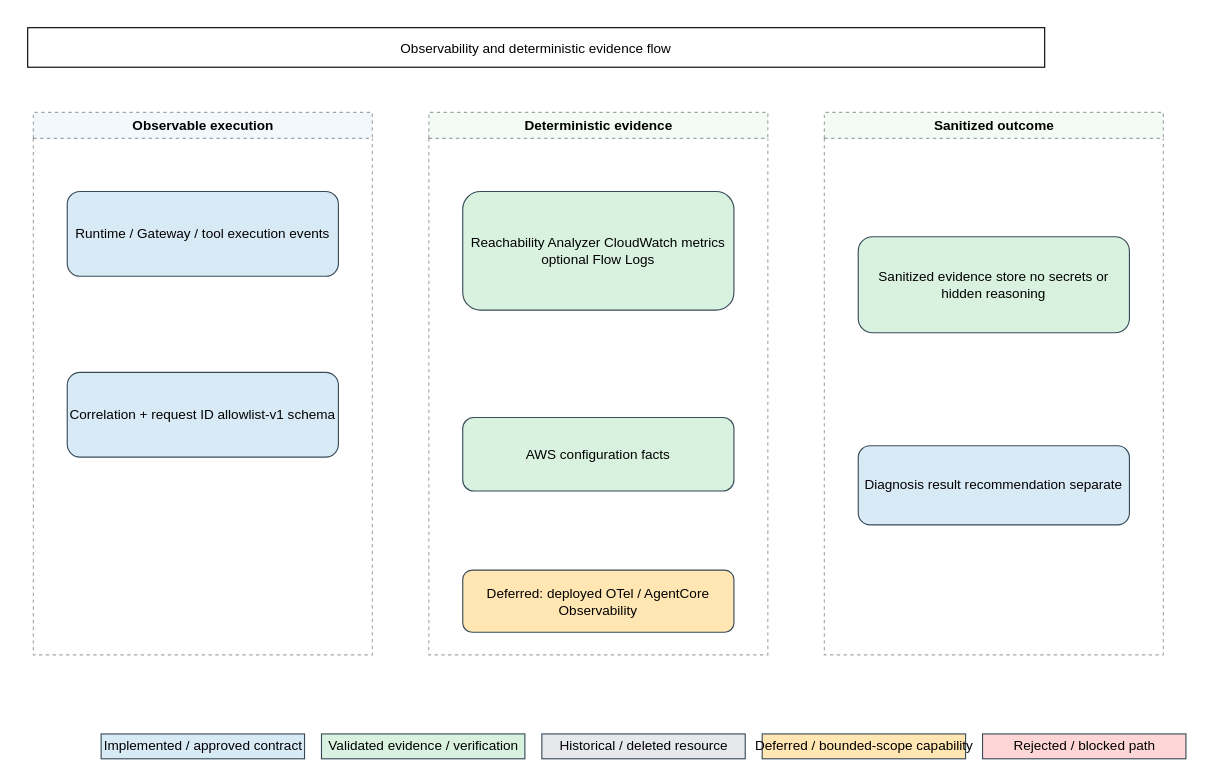
Before: docs/diagrams/04-observability-evidence-flow.drawio in omr19/agentic-aws-network-ops, a draw.io diagram. Source tidied: cells renumbered, new cells numbered last; positions are measured from the earlier drawing's top-left corner, leaving out a move shared by most shapes. Both pictures are drawn from the tidied source at 113%, with x=0, y=0 at pixel (27, 27). Pictures stored in the file or linked from it are replaced by grey dashed boxes.
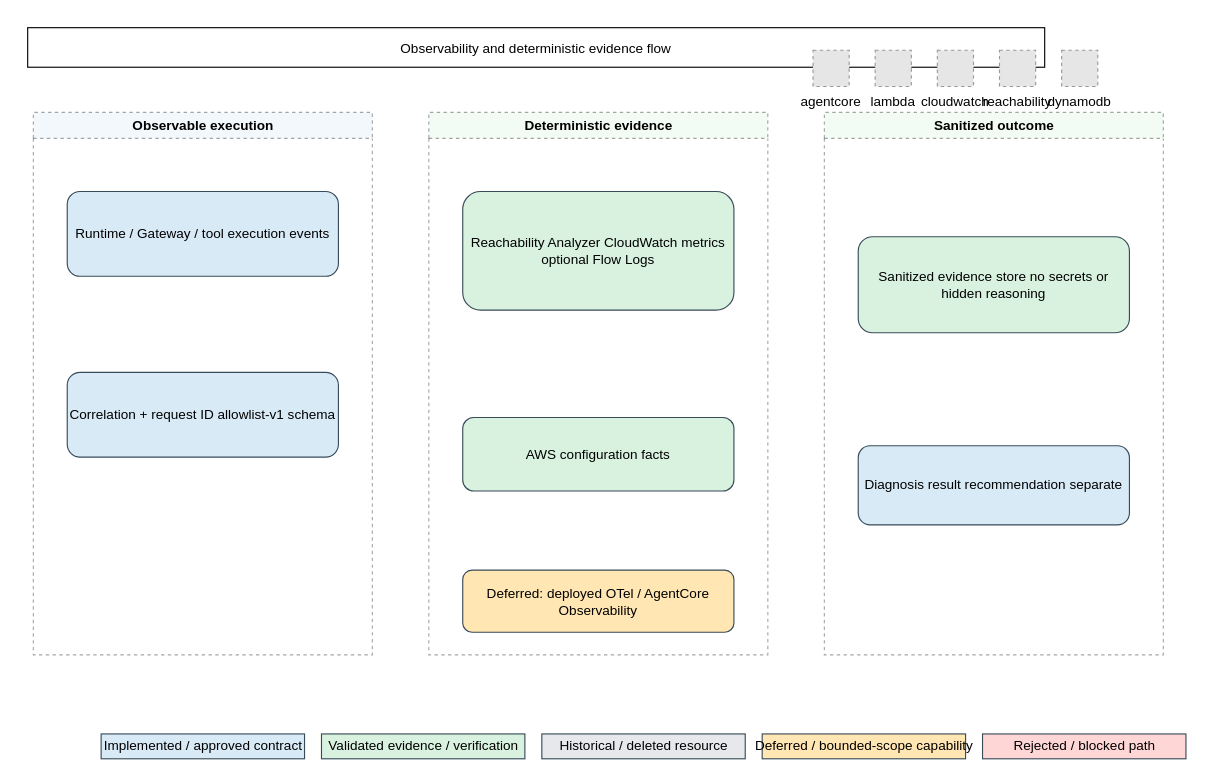
The same page after the edit.

Commit message (it also covers changes not shown here):
Enhance Phase 12 diagrams with official AWS icons and flow guidance

The edit, as a diff of the source:
```diff
@@
+    <mxCell id="23" value="agentcore" style="fillColor=#E6E6E6;strokeColor=#999999;dashed=1;verticalLabelPosition=bottom;verticalAlign=top;" parent="1" vertex="1">
+      <mxGeometry x="695" y="20" width="32" height="32" as="geometry" />
+    </mxCell>
+    <mxCell id="24" value="lambda" style="fillColor=#E6E6E6;strokeColor=#999999;dashed=1;verticalLabelPosition=bottom;verticalAlign=top;" parent="1" vertex="1">
+      <mxGeometry x="750" y="20" width="32" height="32" as="geometry" />
+    </mxCell>
+    <mxCell id="25" value="cloudwatch" style="fillColor=#E6E6E6;strokeColor=#999999;dashed=1;verticalLabelPosition=bottom;verticalAlign=top;" parent="1" vertex="1">
+      <mxGeometry x="805" y="20" width="32" height="32" as="geometry" />
+    </mxCell>
+    <mxCell id="26" value="reachability" style="fillColor=#E6E6E6;strokeColor=#999999;dashed=1;verticalLabelPosition=bottom;verticalAlign=top;" parent="1" vertex="1">
+      <mxGeometry x="860" y="20" width="32" height="32" as="geometry" />
+    </mxCell>
+    <mxCell id="27" value="dynamodb" style="fillColor=#E6E6E6;strokeColor=#999999;dashed=1;verticalLabelPosition=bottom;verticalAlign=top;" parent="1" vertex="1">
+      <mxGeometry x="915" y="20" width="32" height="32" as="geometry" />
+    </mxCell>
```
